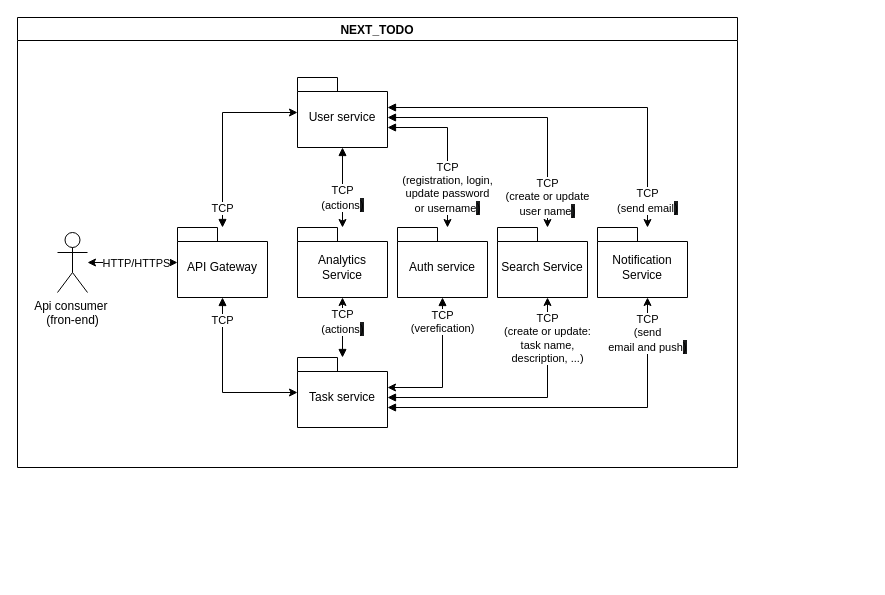
The draw.io diagram spec/microservices.drawio in bogdanfedorov/Nest.js-microservice, before the edit. Source tidied: cells renumbered, new cells numbered last; positions are measured from the earlier drawing's top-left corner, leaving out a move shared by most shapes. Both pictures are drawn from the tidied source at 100%, with x=0, y=0 at pixel (17, 17).
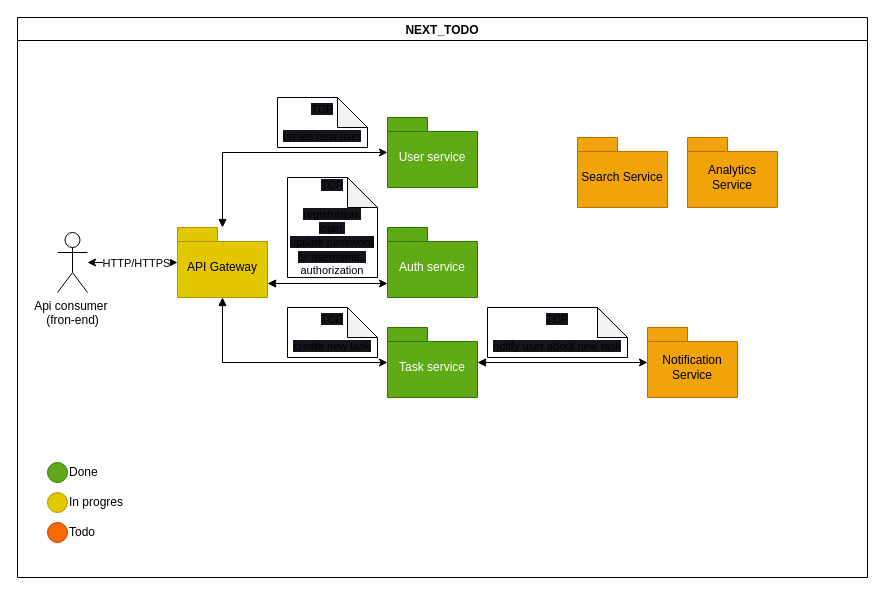
After the change.

Diff of the diagram source:
```diff
@@
     <mxCell id="2" value="NEXT_TODO" style="swimlane;swimlaneFillColor=default;" parent="1" vertex="1">
-      <mxGeometry width="720" height="450" as="geometry" />
+      <mxGeometry width="850" height="560" as="geometry" />
     </mxCell>
@@
-    <mxCell id="4" value="&lt;span style=&quot;font-weight: 400;&quot;&gt;Auth service&lt;/span&gt;" style="shape=folder;fontStyle=1;spacingTop=10;tabWidth=40;tabHeight=14;tabPosition=left;html=1;whiteSpace=wrap;" parent="2" vertex="1">
-      <mxGeometry x="380" y="210" width="90" height="70" as="geometry" />
+    <mxCell id="4" value="&lt;span style=&quot;font-weight: 400;&quot;&gt;Auth service&lt;/span&gt;" style="shape=folder;fontStyle=1;spacingTop=10;tabWidth=40;tabHeight=14;tabPosition=left;html=1;whiteSpace=wrap;fillColor=#60a917;fontColor=#ffffff;strokeColor=#2D7600;" parent="2" vertex="1">
+      <mxGeometry x="370" y="210" width="90" height="70" as="geometry" />
     </mxCell>
-    <mxCell id="5" value="&lt;span style=&quot;font-weight: 400;&quot;&gt;User service&lt;/span&gt;" style="shape=folder;fontStyle=1;spacingTop=10;tabWidth=40;tabHeight=14;tabPosition=left;html=1;whiteSpace=wrap;" parent="2" vertex="1">
-      <mxGeometry x="280" y="60" width="90" height="70" as="geometry" />
+    <mxCell id="5" value="&lt;span style=&quot;font-weight: 400;&quot;&gt;User service&lt;/span&gt;" style="shape=folder;fontStyle=1;spacingTop=10;tabWidth=40;tabHeight=14;tabPosition=left;html=1;whiteSpace=wrap;fillColor=#60a917;fontColor=#ffffff;strokeColor=#2D7600;" parent="2" vertex="1">
+      <mxGeometry x="370" y="100" width="90" height="70" as="geometry" />
     </mxCell>
-    <mxCell id="6" value="TCP&lt;br&gt;(registration, login, &lt;br&gt;update password &lt;br&gt;or&amp;nbsp;username&lt;span style=&quot;font-size: 12px; background-color: rgb(27, 29, 30);&quot;&gt;)&lt;/span&gt;" style="html=1;verticalAlign=bottom;endArrow=block;rounded=0;startArrow=classic;startFill=1;edgeStyle=orthogonalEdgeStyle;" parent="2" edge="1" source="4" target="5">
-      <mxGeometry x="-0.88" relative="1" as="geometry">
-        <Array as="points">
-          <mxPoint x="430" y="110" />
-        </Array>
-      </mxGeometry>
+    <mxCell id="6" value="&lt;div&gt;&lt;span style=&quot;font-size: 12px; background-color: rgb(27, 29, 30);&quot;&gt;&lt;br&gt;&lt;/span&gt;&lt;/div&gt;" style="html=1;verticalAlign=bottom;endArrow=block;rounded=0;startArrow=classic;startFill=1;entryX=0;entryY=0;entryDx=90;entryDy=56;entryPerimeter=0;exitX=0;exitY=0;exitDx=0;exitDy=56;exitPerimeter=0;" parent="2" edge="1" source="4" target="19">
+      <mxGeometry y="-6" relative="1" as="geometry" />
     </mxCell>
-    <mxCell id="7" value="&lt;span style=&quot;font-weight: 400;&quot;&gt;Task service&lt;/span&gt;" style="shape=folder;fontStyle=1;spacingTop=10;tabWidth=40;tabHeight=14;tabPosition=left;html=1;whiteSpace=wrap;" parent="2" vertex="1">
-      <mxGeometry x="280" y="340" width="90" height="70" as="geometry" />
+    <mxCell id="7" value="&lt;span style=&quot;font-weight: 400;&quot;&gt;Task service&lt;/span&gt;" style="shape=folder;fontStyle=1;spacingTop=10;tabWidth=40;tabHeight=14;tabPosition=left;html=1;whiteSpace=wrap;fillColor=#60a917;fontColor=#ffffff;strokeColor=#2D7600;" parent="2" vertex="1">
+      <mxGeometry x="370" y="310" width="90" height="70" as="geometry" />
     </mxCell>
-    <mxCell id="8" value="TCP" style="html=1;verticalAlign=bottom;endArrow=block;rounded=0;startArrow=classic;startFill=1;edgeStyle=orthogonalEdgeStyle;" parent="2" edge="1" source="7" target="19">
+    <mxCell id="8" style="html=1;verticalAlign=bottom;endArrow=block;rounded=0;startArrow=classic;startFill=1;edgeStyle=orthogonalEdgeStyle;" parent="2" edge="1" source="7" target="19">
       <mxGeometry x="0.62" relative="1" as="geometry" />
     </mxCell>
-    <mxCell id="9" value="TCP&lt;br&gt;(verefication)" style="html=1;verticalAlign=bottom;endArrow=block;rounded=0;startArrow=classic;startFill=1;edgeStyle=orthogonalEdgeStyle;" parent="2" edge="1" source="7" target="4">
-      <mxGeometry x="0.45" relative="1" as="geometry">
-        <Array as="points">
-          <mxPoint x="425" y="370" />
-        </Array>
-      </mxGeometry>
-    </mxCell>
-    <mxCell id="10" value="TCP" style="html=1;verticalAlign=bottom;endArrow=block;rounded=0;startArrow=classic;startFill=1;edgeStyle=orthogonalEdgeStyle;" parent="2" edge="1" source="5" target="19">
+    <mxCell id="10" style="html=1;verticalAlign=bottom;endArrow=block;rounded=0;startArrow=classic;startFill=1;edgeStyle=orthogonalEdgeStyle;" parent="2" edge="1" source="5" target="19">
       <mxGeometry x="0.89" relative="1" as="geometry" />
     </mxCell>
-    <mxCell id="11" value="&lt;div&gt;&lt;span style=&quot;font-weight: 400;&quot;&gt;Notification Service&lt;/span&gt;&lt;/div&gt;" style="shape=folder;fontStyle=1;spacingTop=10;tabWidth=40;tabHeight=14;tabPosition=left;html=1;whiteSpace=wrap;" parent="2" vertex="1">
-      <mxGeometry x="580" y="210" width="90" height="70" as="geometry" />
+    <mxCell id="11" value="&lt;div&gt;&lt;span style=&quot;font-weight: 400;&quot;&gt;Notification Service&lt;/span&gt;&lt;/div&gt;" style="shape=folder;fontStyle=1;spacingTop=10;tabWidth=40;tabHeight=14;tabPosition=left;html=1;whiteSpace=wrap;fillColor=#f0a30a;fontColor=#000000;strokeColor=#BD7000;" parent="2" vertex="1">
+      <mxGeometry x="630" y="310" width="90" height="70" as="geometry" />
     </mxCell>
-    <mxCell id="12" value="TCP&lt;br&gt;(send email&lt;span style=&quot;font-size: 12px; background-color: rgb(27, 29, 30);&quot;&gt;)&lt;/span&gt;" style="html=1;verticalAlign=bottom;endArrow=block;rounded=0;startArrow=classic;startFill=1;edgeStyle=orthogonalEdgeStyle;" parent="2" edge="1" source="11" target="5">
-      <mxGeometry x="-0.95" relative="1" as="geometry">
-        <Array as="points">
-          <mxPoint x="630" y="90" />
-        </Array>
-      </mxGeometry>
-    </mxCell>
-    <mxCell id="13" value="&lt;div&gt;&lt;span style=&quot;font-weight: 400;&quot;&gt;Analytics Service&lt;/span&gt;&lt;/div&gt;" style="shape=folder;fontStyle=1;spacingTop=10;tabWidth=40;tabHeight=14;tabPosition=left;html=1;whiteSpace=wrap;" parent="2" vertex="1">
-      <mxGeometry x="280" y="210" width="90" height="70" as="geometry" />
+    <mxCell id="13" value="&lt;div&gt;&lt;span style=&quot;font-weight: 400;&quot;&gt;Analytics Service&lt;/span&gt;&lt;/div&gt;" style="shape=folder;fontStyle=1;spacingTop=10;tabWidth=40;tabHeight=14;tabPosition=left;html=1;whiteSpace=wrap;fillColor=#f0a30a;fontColor=#000000;strokeColor=#BD7000;" parent="2" vertex="1">
+      <mxGeometry x="670" y="120" width="90" height="70" as="geometry" />
     </mxCell>
-    <mxCell id="14" value="TCP&lt;br&gt;(actions&lt;span style=&quot;font-size: 12px; background-color: rgb(27, 29, 30);&quot;&gt;)&lt;/span&gt;" style="html=1;verticalAlign=bottom;endArrow=block;curved=0;rounded=0;startArrow=classic;startFill=1;" parent="2" edge="1" source="13" target="5">
-      <mxGeometry x="-0.67" relative="1" as="geometry" />
-    </mxCell>
-    <mxCell id="15" value="TCP&lt;br&gt;(actions&lt;span style=&quot;font-size: 12px; background-color: rgb(27, 29, 30);&quot;&gt;)&lt;/span&gt;" style="html=1;verticalAlign=bottom;endArrow=block;curved=0;rounded=0;startArrow=classic;startFill=1;" parent="2" edge="1" source="13" target="7">
-      <mxGeometry x="0.38" relative="1" as="geometry" />
-    </mxCell>
-    <mxCell id="16" value="&lt;div&gt;&lt;span style=&quot;font-weight: 400;&quot;&gt;Search Service&lt;/span&gt;&lt;/div&gt;" style="shape=folder;fontStyle=1;spacingTop=10;tabWidth=40;tabHeight=14;tabPosition=left;html=1;whiteSpace=wrap;" parent="2" vertex="1">
-      <mxGeometry x="480" y="210" width="90" height="70" as="geometry" />
+    <mxCell id="16" value="&lt;div&gt;&lt;span style=&quot;font-weight: 400;&quot;&gt;Search Service&lt;/span&gt;&lt;/div&gt;" style="shape=folder;fontStyle=1;spacingTop=10;tabWidth=40;tabHeight=14;tabPosition=left;html=1;whiteSpace=wrap;fillColor=#f0a30a;fontColor=#000000;strokeColor=#BD7000;" parent="2" vertex="1">
+      <mxGeometry x="560" y="120" width="90" height="70" as="geometry" />
     </mxCell>
-    <mxCell id="17" value="TCP&lt;br&gt;(create or update &lt;br&gt;user name&lt;span style=&quot;font-size: 12px; background-color: rgb(27, 29, 30);&quot;&gt;)&lt;/span&gt;" style="html=1;verticalAlign=bottom;endArrow=block;rounded=0;startArrow=classic;startFill=1;edgeStyle=orthogonalEdgeStyle;" parent="2" edge="1" source="16" target="5">
-      <mxGeometry x="-0.95" relative="1" as="geometry">
-        <Array as="points">
-          <mxPoint x="530" y="100" />
-        </Array>
-      </mxGeometry>
-    </mxCell>
-    <mxCell id="18" value="TCP&lt;br&gt;(send &lt;br&gt;email and push&lt;span style=&quot;font-size: 12px; background-color: rgb(27, 29, 30);&quot;&gt;)&lt;/span&gt;" style="html=1;verticalAlign=bottom;endArrow=block;rounded=0;startArrow=classic;startFill=1;edgeStyle=orthogonalEdgeStyle;" parent="2" edge="1" source="11" target="7">
-      <mxGeometry x="-0.68" relative="1" as="geometry">
-        <Array as="points">
-          <mxPoint x="630" y="390" />
-        </Array>
-      </mxGeometry>
-    </mxCell>
-    <mxCell id="19" value="&lt;div&gt;&lt;span style=&quot;font-weight: 400;&quot;&gt;API Gateway&lt;/span&gt;&lt;/div&gt;" style="shape=folder;fontStyle=1;spacingTop=10;tabWidth=40;tabHeight=14;tabPosition=left;html=1;whiteSpace=wrap;" parent="2" vertex="1">
+    <mxCell id="19" value="&lt;div&gt;&lt;span style=&quot;font-weight: 400;&quot;&gt;API Gateway&lt;/span&gt;&lt;/div&gt;" style="shape=folder;fontStyle=1;spacingTop=10;tabWidth=40;tabHeight=14;tabPosition=left;html=1;whiteSpace=wrap;fillColor=#e3c800;fontColor=#000000;strokeColor=#B09500;" parent="2" vertex="1">
       <mxGeometry x="160" y="210" width="90" height="70" as="geometry" />
     </mxCell>
@@
-    <mxCell id="22" value="&lt;div&gt;TCP&lt;/div&gt;&lt;div&gt;(create or update:&lt;/div&gt;&lt;div&gt;task name,&lt;/div&gt;&lt;div&gt;description, ...)&lt;/div&gt;" style="html=1;verticalAlign=bottom;endArrow=block;rounded=0;startArrow=classic;startFill=1;edgeStyle=orthogonalEdgeStyle;" parent="2" edge="1" source="16" target="7">
-      <mxGeometry x="-0.46" relative="1" as="geometry">
-        <Array as="points">
-          <mxPoint x="530" y="380" />
-        </Array>
-      </mxGeometry>
-    </mxCell>
+    <mxCell id="23" value="&lt;span style=&quot;font-size: 11px; text-wrap: nowrap; background-color: rgb(24, 20, 29);&quot;&gt;TCP&lt;br&gt;&lt;/span&gt;&lt;br style=&quot;font-size: 11px; text-wrap: nowrap;&quot;&gt;&lt;span style=&quot;font-size: 11px; text-wrap: nowrap; background-color: rgb(24, 20, 29);&quot;&gt;registration,&lt;/span&gt;&lt;br style=&quot;font-size: 11px; text-wrap: nowrap;&quot;&gt;&lt;span style=&quot;font-size: 11px; text-wrap: nowrap; background-color: rgb(24, 20, 29);&quot;&gt;login,&lt;/span&gt;&lt;br style=&quot;font-size: 11px; text-wrap: nowrap;&quot;&gt;&lt;span style=&quot;font-size: 11px; text-wrap: nowrap; background-color: rgb(24, 20, 29);&quot;&gt;update password&lt;/span&gt;&lt;br style=&quot;font-size: 11px; text-wrap: nowrap;&quot;&gt;&lt;span style=&quot;font-size: 11px; text-wrap: nowrap; background-color: rgb(24, 20, 29);&quot;&gt;or&amp;nbsp;username,&amp;nbsp;&lt;/span&gt;&lt;div style=&quot;font-size: 11px; text-wrap: nowrap;&quot;&gt;authorization&lt;br&gt;&lt;/div&gt;" style="shape=note;whiteSpace=wrap;html=1;backgroundOutline=1;darkOpacity=0.05;" parent="2" vertex="1">
+      <mxGeometry x="270" y="160" width="90" height="100" as="geometry" />
+    </mxCell>
+    <mxCell id="24" style="group;align=center;" parent="2" vertex="1">
+      <mxGeometry x="30" y="440" width="80" height="30" as="geometry" />
+    </mxCell>
+    <mxCell id="25" style="ellipse;whiteSpace=wrap;html=1;fillColor=#60a917;fontColor=#ffffff;strokeColor=#2D7600;" parent="24" vertex="1">
+      <mxGeometry y="5" width="20" height="20" as="geometry" />
+    </mxCell>
+    <mxCell id="26" value="Done" style="text;html=1;align=left;verticalAlign=middle;whiteSpace=wrap;rounded=0;" parent="24" vertex="1">
+      <mxGeometry x="20" width="60" height="30" as="geometry" />
+    </mxCell>
+    <mxCell id="27" style="group;align=center;" parent="2" vertex="1">
+      <mxGeometry x="30" y="470" width="80" height="30" as="geometry" />
+    </mxCell>
+    <mxCell id="28" style="ellipse;whiteSpace=wrap;html=1;fillColor=#e3c800;fontColor=#000000;strokeColor=#B09500;" parent="27" vertex="1">
+      <mxGeometry y="5" width="20" height="20" as="geometry" />
+    </mxCell>
+    <mxCell id="29" value="In progres" style="text;html=1;align=left;verticalAlign=middle;whiteSpace=wrap;rounded=0;" parent="27" vertex="1">
+      <mxGeometry x="20" width="60" height="30" as="geometry" />
+    </mxCell>
+    <mxCell id="30" style="group;align=center;" parent="2" vertex="1">
+      <mxGeometry x="30" y="500" width="80" height="30" as="geometry" />
+    </mxCell>
+    <mxCell id="31" style="ellipse;whiteSpace=wrap;html=1;fillColor=#fa6800;fontColor=#000000;strokeColor=#C73500;" parent="30" vertex="1">
+      <mxGeometry y="5" width="20" height="20" as="geometry" />
+    </mxCell>
+    <mxCell id="32" value="Todo" style="text;html=1;align=left;verticalAlign=middle;whiteSpace=wrap;rounded=0;" parent="30" vertex="1">
+      <mxGeometry x="20" width="60" height="30" as="geometry" />
+    </mxCell>
+    <mxCell id="33" value="&lt;span style=&quot;font-size: 11px; text-wrap: nowrap; background-color: rgb(24, 20, 29);&quot;&gt;TCP&lt;br&gt;&lt;/span&gt;&lt;br style=&quot;font-size: 11px; text-wrap: nowrap;&quot;&gt;&lt;div style=&quot;font-size: 11px; text-wrap: nowrap;&quot;&gt;&lt;span style=&quot;background-color: rgb(24, 20, 29);&quot;&gt;create new user&lt;/span&gt;&lt;/div&gt;" style="shape=note;whiteSpace=wrap;html=1;backgroundOutline=1;darkOpacity=0.05;" parent="2" vertex="1">
+      <mxGeometry x="260" y="80" width="90" height="50" as="geometry" />
+    </mxCell>
+    <mxCell id="34" value="&lt;span style=&quot;font-size: 11px; text-wrap: nowrap; background-color: rgb(24, 20, 29);&quot;&gt;TCP&lt;br&gt;&lt;/span&gt;&lt;br style=&quot;font-size: 11px; text-wrap: nowrap;&quot;&gt;&lt;div style=&quot;font-size: 11px; text-wrap: nowrap;&quot;&gt;&lt;span style=&quot;background-color: rgb(24, 20, 29);&quot;&gt;create new task&lt;/span&gt;&lt;/div&gt;" style="shape=note;whiteSpace=wrap;html=1;backgroundOutline=1;darkOpacity=0.05;" parent="2" vertex="1">
+      <mxGeometry x="270" y="290" width="90" height="50" as="geometry" />
+    </mxCell>
+    <mxCell id="18" style="html=1;verticalAlign=bottom;endArrow=block;rounded=0;startArrow=classic;startFill=1;edgeStyle=orthogonalEdgeStyle;" parent="2" edge="1" source="11" target="7">
+      <mxGeometry x="0.62" relative="1" as="geometry" />
+    </mxCell>
+    <mxCell id="35" value="&lt;span style=&quot;font-size: 11px; text-wrap: nowrap; background-color: rgb(24, 20, 29);&quot;&gt;TCP&lt;br&gt;&lt;/span&gt;&lt;br style=&quot;font-size: 11px; text-wrap: nowrap;&quot;&gt;&lt;div style=&quot;font-size: 11px; text-wrap: nowrap;&quot;&gt;&lt;span style=&quot;background-color: rgb(24, 20, 29);&quot;&gt;notify user about new task&lt;/span&gt;&lt;/div&gt;" style="shape=note;whiteSpace=wrap;html=1;backgroundOutline=1;darkOpacity=0.05;" parent="2" vertex="1">
+      <mxGeometry x="470" y="290" width="140" height="50" as="geometry" />
+    </mxCell>
```
